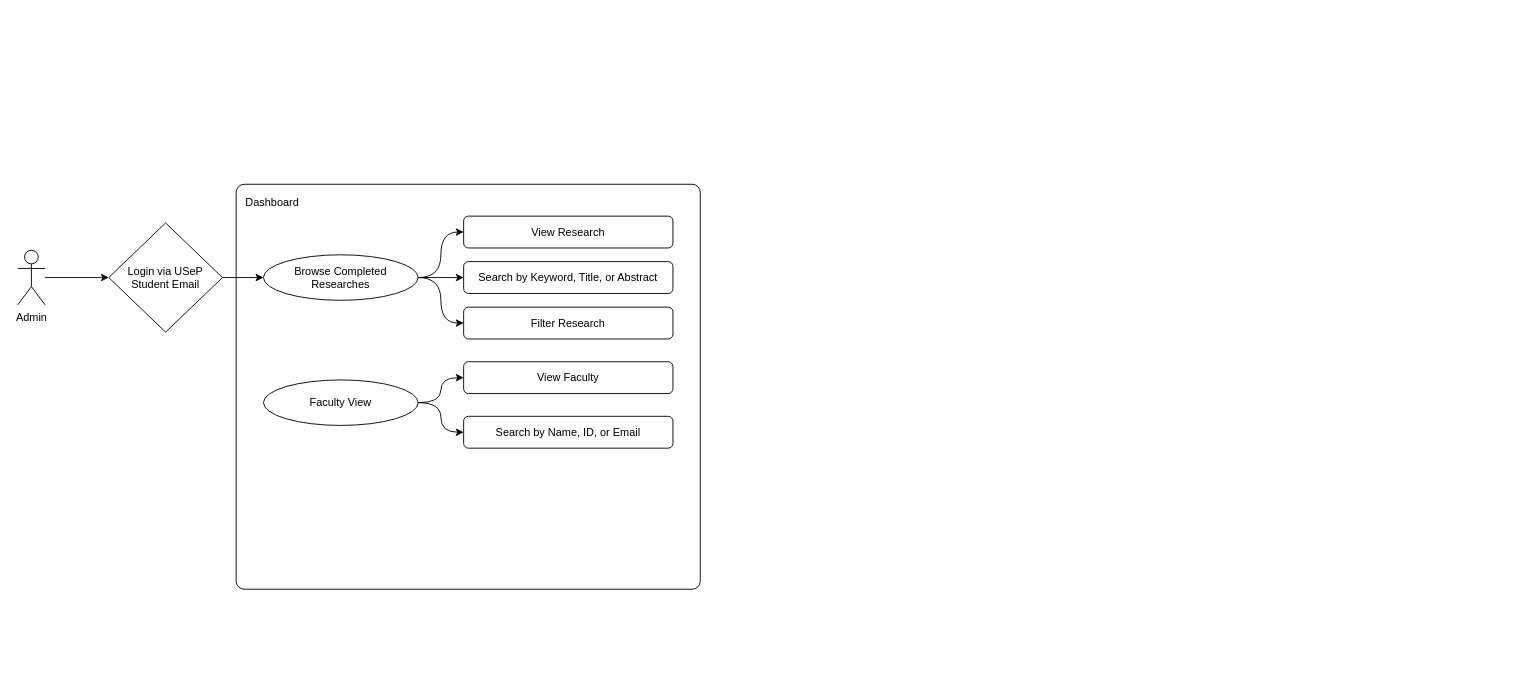
reynchick/mciistcrepo keeps this draw.io diagram as page "student" (4 of 4) of user_flow_diagram.drawio. Above is the earlier version. Source tidied: cells renumbered, new cells numbered last; positions are measured from the earlier drawing's top-left corner, leaving out a move shared by most shapes. Both pictures are drawn from the tidied source at 91%, with x=0, y=0 at pixel (17, 184).
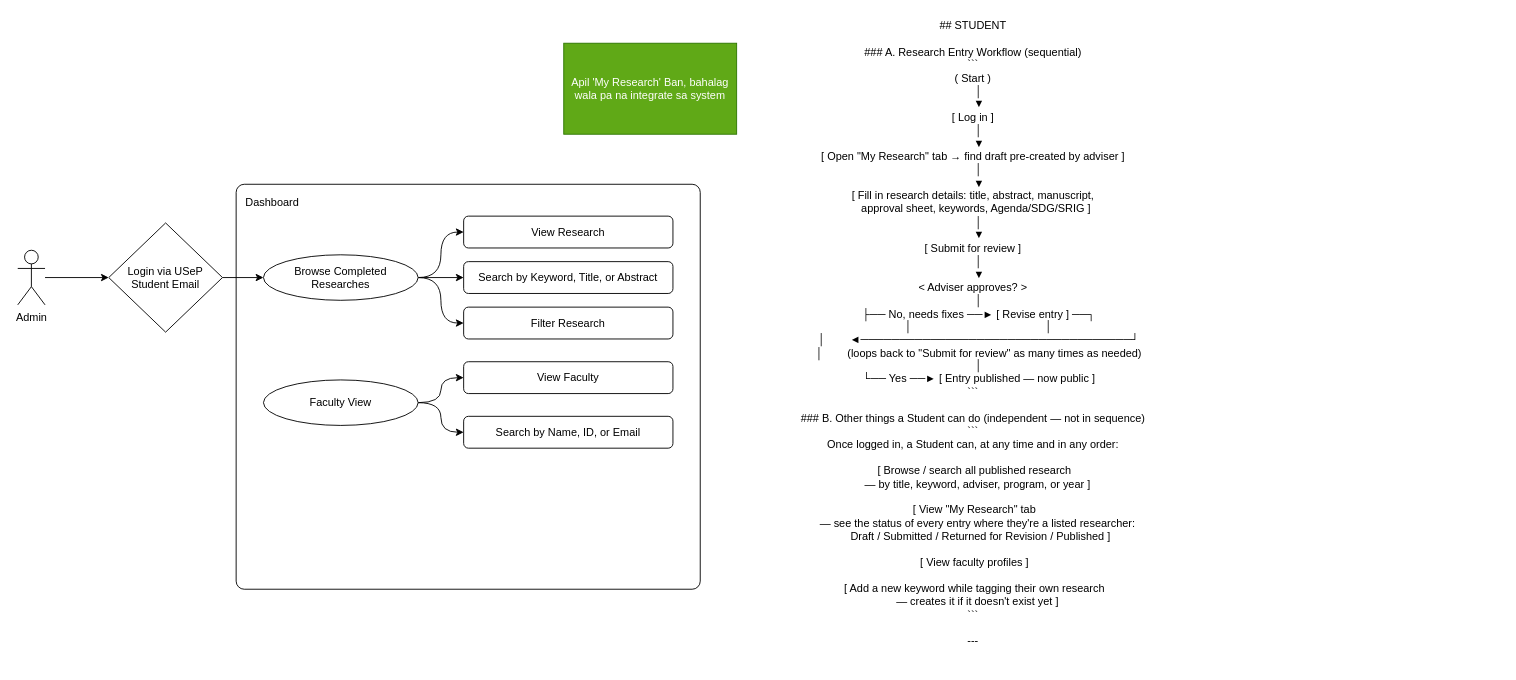
The same page after the edit.

Commit message:
comments: student diagram additions

Diff of the diagram source:
````diff
@@
+    <mxCell id="20" value="&lt;div&gt;## STUDENT&lt;/div&gt;&lt;div&gt;&lt;br&gt;&lt;/div&gt;&lt;div&gt;### A. Research Entry Workflow (sequential)&lt;/div&gt;&lt;div&gt;```&lt;/div&gt;&lt;div&gt;( Start )&lt;/div&gt;&lt;div&gt;&amp;nbsp; &amp;nbsp; │&lt;/div&gt;&lt;div&gt;&amp;nbsp; &amp;nbsp; ▼&lt;/div&gt;&lt;div&gt;[ Log in ]&lt;/div&gt;&lt;div&gt;&amp;nbsp; &amp;nbsp; │&lt;/div&gt;&lt;div&gt;&amp;nbsp; &amp;nbsp; ▼&lt;/div&gt;&lt;div&gt;[ Open &quot;My Research&quot; tab → find draft pre-created by adviser ]&lt;/div&gt;&lt;div&gt;&amp;nbsp; &amp;nbsp; │&lt;/div&gt;&lt;div&gt;&amp;nbsp; &amp;nbsp; ▼&lt;/div&gt;&lt;div&gt;[ Fill in research details: title, abstract, manuscript,&lt;/div&gt;&lt;div&gt;&amp;nbsp; approval sheet, keywords, Agenda/SDG/SRIG ]&lt;/div&gt;&lt;div&gt;&amp;nbsp; &amp;nbsp; │&lt;/div&gt;&lt;div&gt;&amp;nbsp; &amp;nbsp; ▼&lt;/div&gt;&lt;div&gt;[ Submit for review ]&lt;/div&gt;&lt;div&gt;&amp;nbsp; &amp;nbsp; │&lt;/div&gt;&lt;div&gt;&amp;nbsp; &amp;nbsp; ▼&lt;/div&gt;&lt;div&gt;&amp;lt; Adviser approves? &amp;gt;&lt;/div&gt;&lt;div&gt;&amp;nbsp; &amp;nbsp; │&lt;/div&gt;&lt;div&gt;&amp;nbsp; &amp;nbsp; ├── No, needs fixes ──► [ Revise entry ] ──┐&lt;/div&gt;&lt;div&gt;&amp;nbsp; &amp;nbsp; │&amp;nbsp; &amp;nbsp; &amp;nbsp; &amp;nbsp; &amp;nbsp; &amp;nbsp; &amp;nbsp; &amp;nbsp; &amp;nbsp; &amp;nbsp; &amp;nbsp; &amp;nbsp; &amp;nbsp; &amp;nbsp; &amp;nbsp; &amp;nbsp; &amp;nbsp; &amp;nbsp; &amp;nbsp; &amp;nbsp; &amp;nbsp; &amp;nbsp; │&lt;/div&gt;&lt;div&gt;&amp;nbsp; &amp;nbsp; │&amp;nbsp; &amp;nbsp; &amp;nbsp; &amp;nbsp; ◄───────────────────────────────────┘&lt;/div&gt;&lt;div&gt;&amp;nbsp; &amp;nbsp; │&amp;nbsp; &amp;nbsp; &amp;nbsp; &amp;nbsp; (loops back to &quot;Submit for review&quot; as many times as needed)&lt;/div&gt;&lt;div&gt;&amp;nbsp; &amp;nbsp; │&lt;/div&gt;&lt;div&gt;&amp;nbsp; &amp;nbsp; └── Yes ──► [ Entry published — now public ]&lt;/div&gt;&lt;div&gt;```&lt;/div&gt;&lt;div&gt;&lt;br&gt;&lt;/div&gt;&lt;div&gt;### B. Other things a Student can do (independent — not in sequence)&lt;/div&gt;&lt;div&gt;```&lt;/div&gt;&lt;div&gt;Once logged in, a Student can, at any time and in any order:&lt;/div&gt;&lt;div&gt;&lt;br&gt;&lt;/div&gt;&lt;div&gt;&amp;nbsp;[ Browse / search all published research&lt;/div&gt;&lt;div&gt;&amp;nbsp; &amp;nbsp;— by title, keyword, adviser, program, or year ]&lt;/div&gt;&lt;div&gt;&lt;br&gt;&lt;/div&gt;&lt;div&gt;&amp;nbsp;[ View &quot;My Research&quot; tab&lt;/div&gt;&lt;div&gt;&amp;nbsp; &amp;nbsp;— see the status of every entry where they're a listed researcher:&lt;/div&gt;&lt;div&gt;&amp;nbsp; &amp;nbsp; &amp;nbsp;Draft / Submitted / Returned for Revision / Published ]&lt;/div&gt;&lt;div&gt;&lt;br&gt;&lt;/div&gt;&lt;div&gt;&amp;nbsp;[ View faculty profiles ]&lt;/div&gt;&lt;div&gt;&lt;br&gt;&lt;/div&gt;&lt;div&gt;&amp;nbsp;[ Add a new keyword while tagging their own research&lt;/div&gt;&lt;div&gt;&amp;nbsp; &amp;nbsp;— creates it if it doesn't exist yet ]&lt;/div&gt;&lt;div&gt;```&lt;/div&gt;&lt;div&gt;&lt;br&gt;&lt;/div&gt;&lt;div&gt;---&lt;/div&gt;&lt;div&gt;&lt;br&gt;&lt;/div&gt;" style="text;html=1;whiteSpace=wrap;strokeColor=none;fillColor=none;align=center;verticalAlign=middle;rounded=0;" parent="1" vertex="1">
+      <mxGeometry x="470" y="-185" width="1160" height="712.5" as="geometry" />
+    </mxCell>
+    <mxCell id="21" value="Apil 'My Research' Ban, bahalag wala pa na integrate sa system" style="rounded=0;whiteSpace=wrap;html=1;fillColor=#60a917;fontColor=#ffffff;strokeColor=#2D7600;" parent="1" vertex="1">
+      <mxGeometry x="600" y="-155" width="190" height="100" as="geometry" />
+    </mxCell>
````
